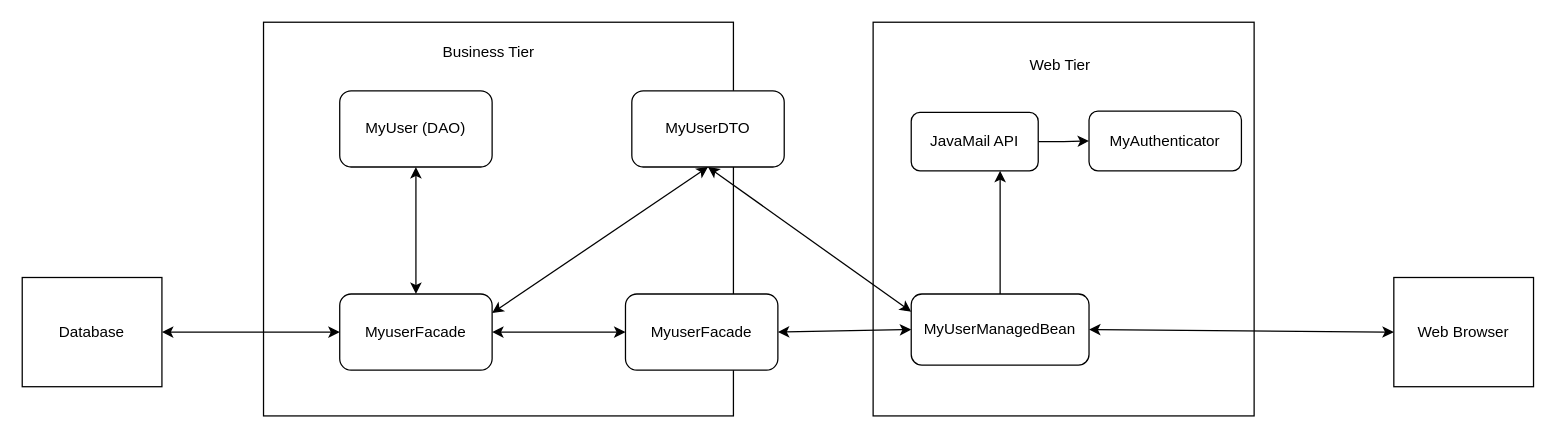
Before: Lab5SnS.drawio in LastMinuteBanter/DistinctionTaskUML, a draw.io diagram. Source tidied: cells renumbered, new cells numbered last; positions are measured from the earlier drawing's top-left corner, leaving out a move shared by most shapes. Both pictures are drawn from the tidied source at 127%, with x=0, y=0 at pixel (22, 22).
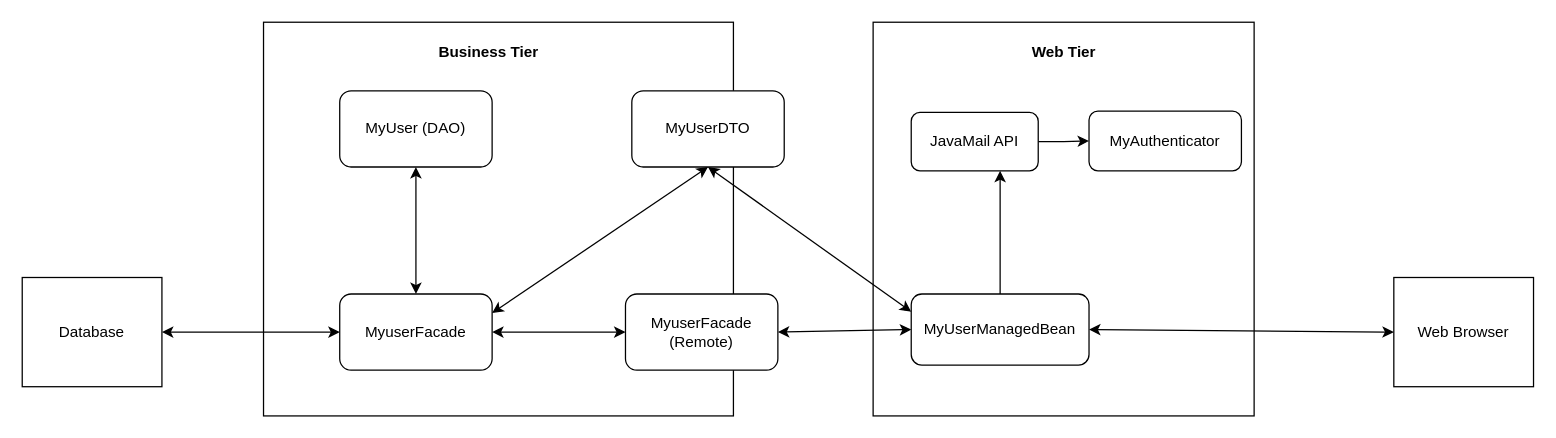
Above is the later version.

Change to the diagram source:
```diff
@@
-    <mxCell id="7" value="MyuserFacade" style="rounded=1;whiteSpace=wrap;html=1;" parent="1" vertex="1">
+    <mxCell id="7" value="&lt;div&gt;MyuserFacade&lt;/div&gt;&lt;div&gt;(Remote)&lt;br&gt;&lt;/div&gt;" style="rounded=1;whiteSpace=wrap;html=1;" parent="1" vertex="1">
       <mxGeometry x="475" y="214" width="120" height="60" as="geometry" />
     </mxCell>
-    <mxCell id="8" value="Business Tier" style="text;html=1;strokeColor=none;fillColor=none;align=center;verticalAlign=middle;whiteSpace=wrap;rounded=0;" parent="1" vertex="1">
+    <mxCell id="8" value="&lt;b&gt;Business Tier&lt;/b&gt;" style="text;html=1;strokeColor=none;fillColor=none;align=center;verticalAlign=middle;whiteSpace=wrap;rounded=0;" parent="1" vertex="1">
       <mxGeometry x="310" y="14" width="115" height="20" as="geometry" />
     </mxCell>
-    <mxCell id="9" value="Web Tier" style="text;html=1;strokeColor=none;fillColor=none;align=center;verticalAlign=middle;whiteSpace=wrap;rounded=0;" parent="1" vertex="1">
-      <mxGeometry x="760" y="24" width="115" height="20" as="geometry" />
+    <mxCell id="9" value="&lt;b&gt;Web Tier&lt;/b&gt;" style="text;html=1;strokeColor=none;fillColor=none;align=center;verticalAlign=middle;whiteSpace=wrap;rounded=0;" parent="1" vertex="1">
+      <mxGeometry x="762.5" y="14" width="115" height="20" as="geometry" />
     </mxCell>
```
